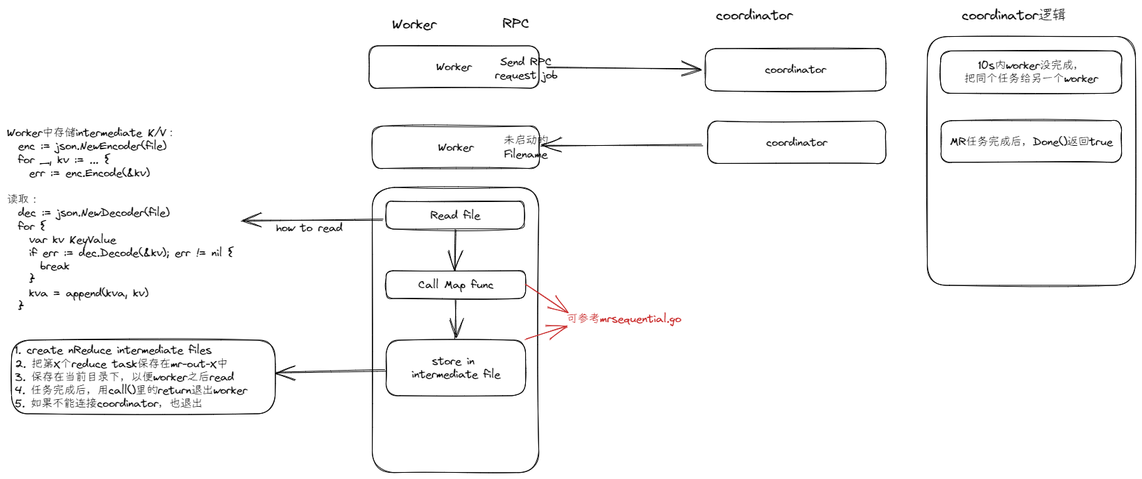
The Excalidraw diagram 6.5840/src/mr各服务架构.excalidraw.png in GeT-LeFt/Coding-Learning, before a commit. Source tidied: one line per element, renumbered; positions are measured from the earlier drawing's top-left corner, leaving out a move shared by most shapes.
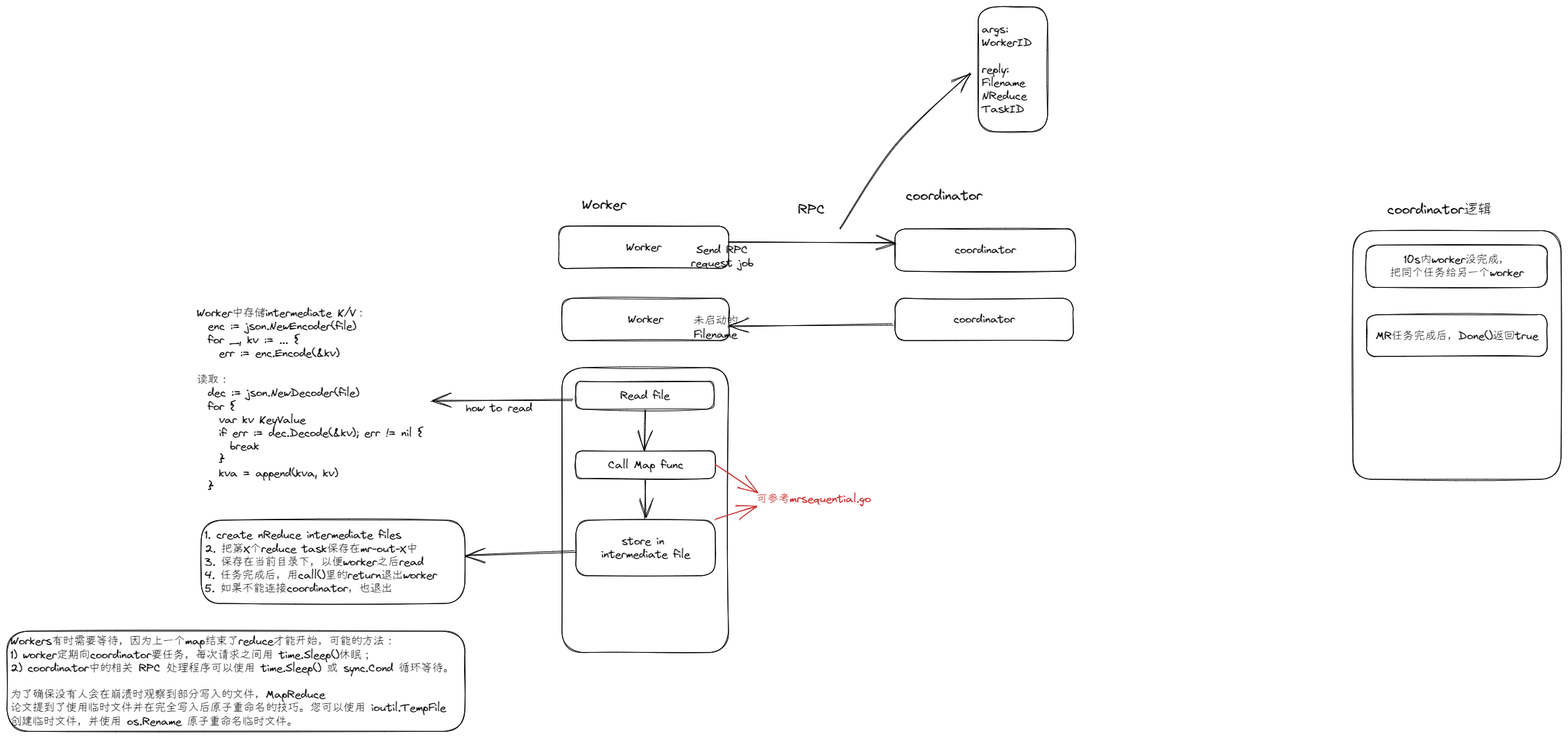
After the change.

What changed in the source:
```diff
@@ -3,14 +3,14 @@
 {"id": 2, "type": "text", "text": "Worker", "strokeColor": "#000000", "strokeWidth": 1, "roughness": 1, "fontSize": 16, "fontFamily": 1, "textAlign": "center", "verticalAlign": "middle", "inside": 1, "x": 619, "y": 77, "width": 51, "height": 19}
 {"id": 3, "type": "rectangle", "strokeColor": "#000000", "strokeWidth": 1, "roughness": 1, "round": true, "x": 1007, "y": 60, "width": 260, "height": 61}
 {"id": 4, "type": "text", "text": "coordinator", "strokeColor": "#000000", "strokeWidth": 1, "roughness": 1, "fontSize": 16, "fontFamily": 1, "textAlign": "center", "verticalAlign": "middle", "inside": 3, "x": 1092, "y": 81, "width": 88, "height": 19}
-{"id": 5, "type": "arrow", "strokeColor": "#000000", "strokeWidth": 1, "roughness": 1, "endArrowhead": "arrow", "round": true, "from": 1, "to": 3, "x": 778, "y": 88, "width": 222, "height": 1, "points": [[0, 0], [222, 1]]}
+{"id": 5, "type": "arrow", "strokeColor": "#000000", "strokeWidth": 1, "roughness": 1, "endArrowhead": "arrow", "round": true, "to": 3, "x": 767, "y": 80, "width": 240, "height": 0, "points": [[0, 0], [240, 0]]}
-{"id": 6, "type": "text", "text": "Send RPC\nrequest job", "strokeColor": "#000000", "strokeWidth": 1, "roughness": 1, "fontSize": 16, "fontFamily": 1, "textAlign": "center", "verticalAlign": "middle", "inside": 5, "x": 703, "y": 70, "width": 90, "height": 38}
+{"id": 6, "type": "text", "text": "Send RPC\nrequest job", "strokeColor": "#000000", "strokeWidth": 1, "roughness": 1, "fontSize": 16, "fontFamily": 1, "textAlign": "center", "verticalAlign": "middle", "inside": 5, "x": 712, "y": 80, "width": 90, "height": 38}
 {"id": 7, "type": "text", "text": "coordinator", "strokeColor": "#000000", "strokeWidth": 1, "roughness": 1, "fontSize": 20, "fontFamily": 1, "x": 1022, "y": 0, "width": 110, "height": 24}
-{"id": 8, "type": "rectangle", "strokeColor": "#000000", "strokeWidth": 1, "roughness": 1, "round": true, "x": 526, "y": 172, "width": 241, "height": 61}
+{"id": 8, "type": "rectangle", "strokeColor": "#000000", "strokeWidth": 1, "roughness": 1, "round": true, "x": 527, "y": 160, "width": 241, "height": 61}
-{"id": 9, "type": "text", "text": "Worker", "strokeColor": "#000000", "strokeWidth": 1, "roughness": 1, "fontSize": 16, "fontFamily": 1, "textAlign": "center", "verticalAlign": "middle", "inside": 8, "x": 621, "y": 192, "width": 51, "height": 19}
+{"id": 9, "type": "text", "text": "Worker", "strokeColor": "#000000", "strokeWidth": 1, "roughness": 1, "fontSize": 16, "fontFamily": 1, "textAlign": "center", "verticalAlign": "middle", "inside": 8, "x": 622, "y": 181, "width": 51, "height": 19}
-{"id": 10, "type": "rectangle", "strokeColor": "#000000", "strokeWidth": 1, "roughness": 1, "round": true, "x": 1010, "y": 164, "width": 257, "height": 61}
+{"id": 10, "type": "rectangle", "strokeColor": "#000000", "strokeWidth": 1, "roughness": 1, "round": true, "x": 1007, "y": 160, "width": 257, "height": 61}
-{"id": 11, "type": "text", "text": "coordinator", "strokeColor": "#000000", "strokeWidth": 1, "roughness": 1, "fontSize": 16, "fontFamily": 1, "textAlign": "center", "verticalAlign": "middle", "inside": 10, "x": 1094, "y": 185, "width": 88, "height": 19}
+{"id": 11, "type": "text", "text": "coordinator", "strokeColor": "#000000", "strokeWidth": 1, "roughness": 1, "fontSize": 16, "fontFamily": 1, "textAlign": "center", "verticalAlign": "middle", "inside": 10, "x": 1091, "y": 181, "width": 88, "height": 19}
-{"id": 12, "type": "arrow", "strokeColor": "#000000", "strokeWidth": 1, "roughness": 1, "endArrowhead": "arrow", "round": true, "from": 10, "to": 8, "x": 1002, "y": 198, "width": 232, "height": 1, "points": [[0, 0], [-232, 1]]}
+{"id": 12, "type": "arrow", "strokeColor": "#000000", "strokeWidth": 1, "roughness": 1, "endArrowhead": "arrow", "round": true, "from": 10, "x": 1003, "y": 197, "width": 237, "height": 3, "points": [[0, 0], [-237, 3]]}
 {"id": 13, "type": "text", "text": "未启动的\nFilename", "strokeColor": "#000000", "strokeWidth": 1, "roughness": 1, "fontSize": 16, "fontFamily": 1, "textAlign": "center", "verticalAlign": "middle", "inside": 12, "x": 716, "y": 183, "width": 64, "height": 38}
 {"id": 14, "type": "rectangle", "strokeColor": "#000000", "strokeWidth": 1, "roughness": 1, "round": true, "x": 527, "y": 260, "width": 240, "height": 411}
 {"id": 15, "type": "rectangle", "strokeColor": "#000000", "strokeWidth": 1, "roughness": 1, "round": true, "x": 547, "y": 280, "width": 199, "height": 40}
@@ -24,16 +24,21 @@
 {"id": 23, "type": "rectangle", "strokeColor": "#000000", "strokeWidth": 1, "roughness": 1, "round": true, "x": 547, "y": 480, "width": 201, "height": 80}
 {"id": 24, "type": "text", "text": "store in \nintermediate file", "strokeColor": "#000000", "strokeWidth": 1, "roughness": 1, "fontSize": 16, "fontFamily": 1, "textAlign": "center", "verticalAlign": "middle", "inside": 23, "x": 583, "y": 501, "width": 128, "height": 38}
 {"id": 25, "type": "arrow", "strokeColor": "#000000", "strokeWidth": 1, "roughness": 1, "endArrowhead": "arrow", "round": true, "from": 17, "to": 23, "x": 647, "y": 422, "width": 0, "height": 57, "points": [[0, 0], [0, 57]]}
-{"id": 26, "type": "text", "text": "RPC", "strokeColor": "#000000", "strokeWidth": 1, "roughness": 1, "fontSize": 20, "fontFamily": 1, "x": 714, "y": 12, "width": 40, "height": 24}
+{"id": 26, "type": "text", "text": "RPC", "strokeColor": "#000000", "strokeWidth": 1, "roughness": 1, "fontSize": 20, "fontFamily": 1, "x": 867, "y": 20, "width": 40, "height": 24}
-{"id": 27, "type": "rectangle", "strokeColor": "#000000", "strokeWidth": 1, "roughness": 1, "round": true, "x": 1327, "y": 43, "width": 300, "height": 358}
+{"id": 27, "type": "rectangle", "strokeColor": "#000000", "strokeWidth": 1, "roughness": 1, "round": true, "x": 1667, "y": 63, "width": 300, "height": 358}
-{"id": 28, "type": "text", "text": "coordinator逻辑", "strokeColor": "#000000", "strokeWidth": 1, "roughness": 1, "fontSize": 20, "fontFamily": 1, "x": 1376, "y": 0, "width": 150, "height": 24}
+{"id": 28, "type": "text", "text": "coordinator逻辑", "strokeColor": "#000000", "strokeWidth": 1, "roughness": 1, "fontSize": 20, "fontFamily": 1, "x": 1716, "y": 20, "width": 150, "height": 24}
-{"id": 29, "type": "rectangle", "strokeColor": "#000000", "strokeWidth": 1, "roughness": 1, "round": true, "x": 1346, "y": 63, "width": 261, "height": 61}
+{"id": 29, "type": "rectangle", "strokeColor": "#000000", "strokeWidth": 1, "roughness": 1, "round": true, "x": 1686, "y": 83, "width": 261, "height": 61}
-{"id": 30, "type": "text", "text": "10s内worker没完成，\n把同个任务给另一个worker", "strokeColor": "#000000", "strokeWidth": 1, "roughness": 1, "fontSize": 16, "fontFamily": 1, "textAlign": "center", "verticalAlign": "middle", "inside": 29, "x": 1380, "y": 75, "width": 193, "height": 38}
+{"id": 30, "type": "text", "text": "10s内worker没完成，\n把同个任务给另一个worker", "strokeColor": "#000000", "strokeWidth": 1, "roughness": 1, "fontSize": 16, "fontFamily": 1, "textAlign": "center", "verticalAlign": "middle", "inside": 29, "x": 1720, "y": 95, "width": 193, "height": 38}
-{"id": 31, "type": "rectangle", "strokeColor": "#000000", "strokeWidth": 1, "roughness": 1, "round": true, "x": 7, "y": 480, "width": 380, "height": 106}
+{"id": 31, "type": "rectangle", "strokeColor": "#000000", "strokeWidth": 1, "roughness": 1, "round": true, "x": 7, "y": 480, "width": 380, "height": 120}
-{"id": 32, "type": "text", "text": "1. create nReduce intermediate files\n2. 把第X个reduce task保存在mr-out-X中\n3. 保存在当前目录下，以便worker之后read\n4. 任务完成后，用call()里的return退出worker\n5. 如果不能连接coordinator，也退出", "strokeColor": "#000000", "strokeWidth": 1, "roughness": 1, "fontSize": 16, "fontFamily": 1, "verticalAlign": "middle", "inside": 31, "x": 12, "y": 485, "width": 335, "height": 96}
+{"id": 32, "type": "text", "text": "1. create nReduce intermediate files\n2. 把第X个reduce task保存在mr-out-X中\n3. 保存在当前目录下，以便worker之后read\n4. 任务完成后，用call()里的return退出worker\n5. 如果不能连接coordinator，也退出", "strokeColor": "#000000", "strokeWidth": 1, "roughness": 1, "fontSize": 16, "fontFamily": 1, "verticalAlign": "middle", "inside": 31, "x": 12, "y": 492, "width": 335, "height": 96}
-{"id": 33, "type": "arrow", "strokeColor": "#000000", "strokeWidth": 1, "roughness": 1, "endArrowhead": "arrow", "round": true, "from": 23, "to": 31, "x": 546, "y": 523, "width": 158, "height": 5, "points": [[0, 0], [-158, 5]]}
+{"id": 33, "type": "arrow", "strokeColor": "#000000", "strokeWidth": 1, "roughness": 1, "endArrowhead": "arrow", "round": true, "from": 23, "to": 31, "x": 545, "y": 525, "width": 158, "height": 7, "points": [[0, 0], [-158, 7]]}
-{"id": 34, "type": "rectangle", "strokeColor": "#000000", "strokeWidth": 1, "roughness": 1, "round": true, "x": 1347, "y": 164, "width": 260, "height": 60}
+{"id": 34, "type": "rectangle", "strokeColor": "#000000", "strokeWidth": 1, "roughness": 1, "round": true, "x": 1687, "y": 184, "width": 260, "height": 60}
-{"id": 35, "type": "text", "text": "MR任务完成后，Done()返回true", "strokeColor": "#000000", "strokeWidth": 1, "roughness": 1, "fontSize": 16, "fontFamily": 1, "textAlign": "center", "verticalAlign": "middle", "inside": 34, "x": 1359, "y": 184, "width": 234, "height": 19}
+{"id": 35, "type": "text", "text": "MR任务完成后，Done()返回true", "strokeColor": "#000000", "strokeWidth": 1, "roughness": 1, "fontSize": 16, "fontFamily": 1, "textAlign": "center", "verticalAlign": "middle", "inside": 34, "x": 1699, "y": 204, "width": 234, "height": 19}
 {"id": 36, "type": "text", "text": "可参考mrsequential.go", "strokeColor": "#c92a2a", "strokeWidth": 1, "roughness": 1, "fontSize": 16, "fontFamily": 1, "x": 807, "y": 440, "width": 165, "height": 19}
 {"id": 37, "type": "arrow", "strokeColor": "#c92a2a", "strokeWidth": 1, "roughness": 1, "endArrowhead": "arrow", "round": true, "from": 17, "to": 36, "x": 747, "y": 400, "width": 60, "height": 40, "points": [[0, 0], [60, 40]]}
 {"id": 38, "type": "arrow", "strokeColor": "#c92a2a", "strokeWidth": 1, "roughness": 1, "endArrowhead": "arrow", "round": true, "from": 23, "to": 36, "x": 747, "y": 480, "width": 60, "height": 20, "points": [[0, 0], [60, -20]]}
+{"id": 39, "type": "rectangle", "strokeColor": "#000000", "strokeWidth": 1, "roughness": 1, "round": true, "x": -273, "y": 640, "width": 660, "height": 144}
+{"id": 40, "type": "text", "text": "Workers有时需要等待，因为上一个map结束了reduce才能开始，可能的方法：\n1) worker定期向coordinator要任务，每次请求之间用 time.Sleep()休眠；\n2) coordinator中的相关 RPC 处理程序可以使用 time.Sleep() 或 sync.Cond 循环等待。\n\n为了确保没有人会在崩溃时观察到部分写入的文件，MapReduce \n论文提到了使用临时文件并在完全写入后原子重命名的技巧。您可以使用 ioutil.TempFile \n创建临时文件，并使用 os.Rename 原子重命名临时文件。", "strokeColor": "#000000", "strokeWidth": 1, "roughness": 1, "fontSize": 16, "fontFamily": 1, "verticalAlign": "middle", "inside": 39, "x": -268, "y": 645, "width": 640, "height": 134}
+{"id": 41, "type": "arrow", "strokeColor": "#000000", "strokeWidth": 1, "roughness": 1, "endArrowhead": "arrow", "round": true, "to": 42, "x": 927, "y": 60, "width": 187, "height": 225, "points": [[0, 0], [80, -120], [187, -225]]}
+{"id": 42, "type": "rectangle", "strokeColor": "#000000", "strokeWidth": 1, "roughness": 1, "round": true, "x": 1127, "y": -260, "width": 100, "height": 180}
+{"id": 43, "type": "text", "text": "args:\nWorkerID\n\nreply:\nFilename\nNReduce\nTaskID", "strokeColor": "#000000", "strokeWidth": 1, "roughness": 1, "fontSize": 16, "fontFamily": 1, "verticalAlign": "middle", "inside": 42, "x": 1132, "y": -237, "width": 72, "height": 134}
```
